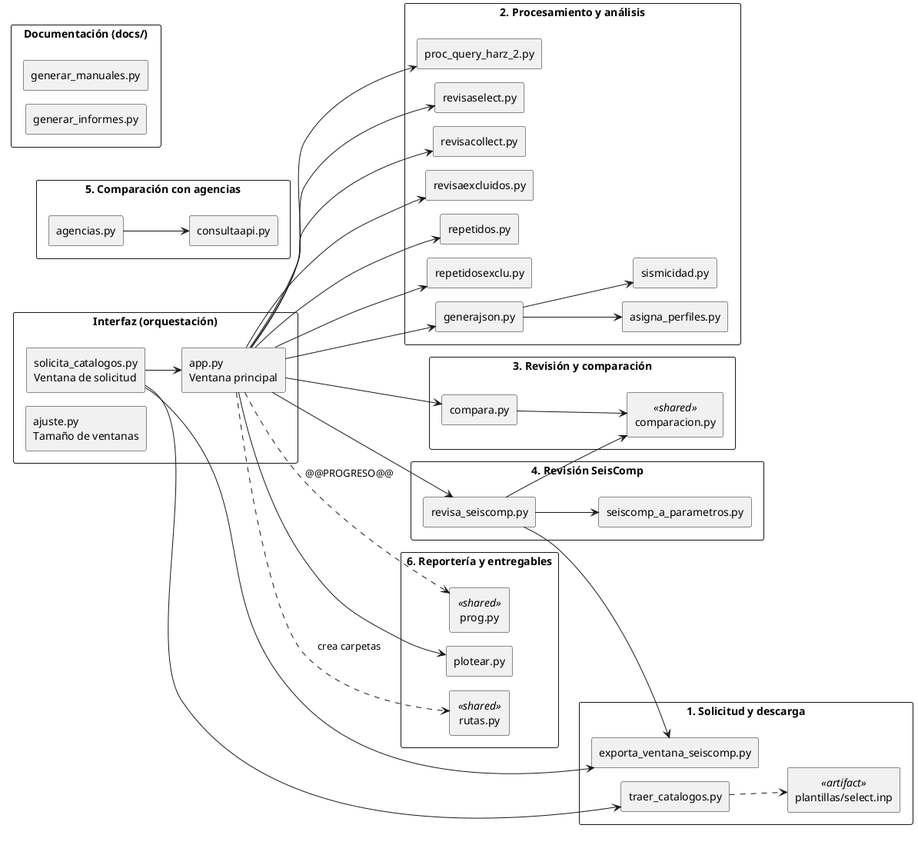
This is docs/proyecto/img/02_vista_logica.png from HARZUNAB/revisacatalogos, a PlantUML export, as it was before one commit. Its diagram source:
```plantuml
@startuml 02_vista_logica
skinparam componentStyle rectangle
skinparam shadowing false
skinparam defaultFontName SansSerif
skinparam packageStyle rectangle
left to right direction

package "Interfaz (orquestación)" {
  component "app.py\nVentana principal" as APP
  component "solicita_catalogos.py\nVentana de solicitud" as SOL
  component "ajuste.py\nTamaño de ventanas" as AJU
}

package "1. Solicitud y descarga" {
  component "traer_catalogos.py" as TRA
  component "exporta_ventana_seiscomp.py" as EXP
  component "plantillas/select.inp" as PLANT <<artifact>>
}

package "2. Procesamiento y análisis" {
  component "proc_query_harz_2.py" as PQ
  component "revisaselect.py" as RS
  component "revisacollect.py" as RC
  component "revisaexcluidos.py" as RE
  component "repetidos.py" as REP
  component "repetidosexclu.py" as REPE
  component "generajson.py" as GJ
  component "asigna_perfiles.py" as AP
  component "sismicidad.py" as SIS
}

package "3. Revisión y comparación" {
  component "compara.py" as COM
  component "comparacion.py" as COMP <<shared>>
}

package "4. Revisión SeisComp" {
  component "revisa_seiscomp.py" as RSC
  component "seiscomp_a_parametros.py" as SCP
}

package "5. Comparación con agencias" {
  component "agencias.py" as AG
  component "consultaapi.py" as API
}

package "6. Reportería y entregables" {
  component "plotear.py" as PLOT
  component "rutas.py" as RUT <<shared>>
  component "prog.py" as PROG <<shared>>
}

package "Documentación (docs/)" {
  component "generar_manuales.py" as GM
  component "generar_informes.py" as GI
}

SOL --> TRA
SOL --> EXP
SOL --> APP
APP --> PQ
APP --> RS
APP --> RC
APP --> COM
APP --> RE
APP --> REP
APP --> REPE
APP --> GJ
APP --> RSC
APP --> PLOT
APP ..> RUT : crea carpetas
APP ..> PROG : @@PROGRESO@@
GJ --> AP
GJ --> SIS
COM --> COMP
RSC --> COMP
RSC --> EXP
RSC --> SCP
AG --> API
TRA ..> PLANT
@enduml
```
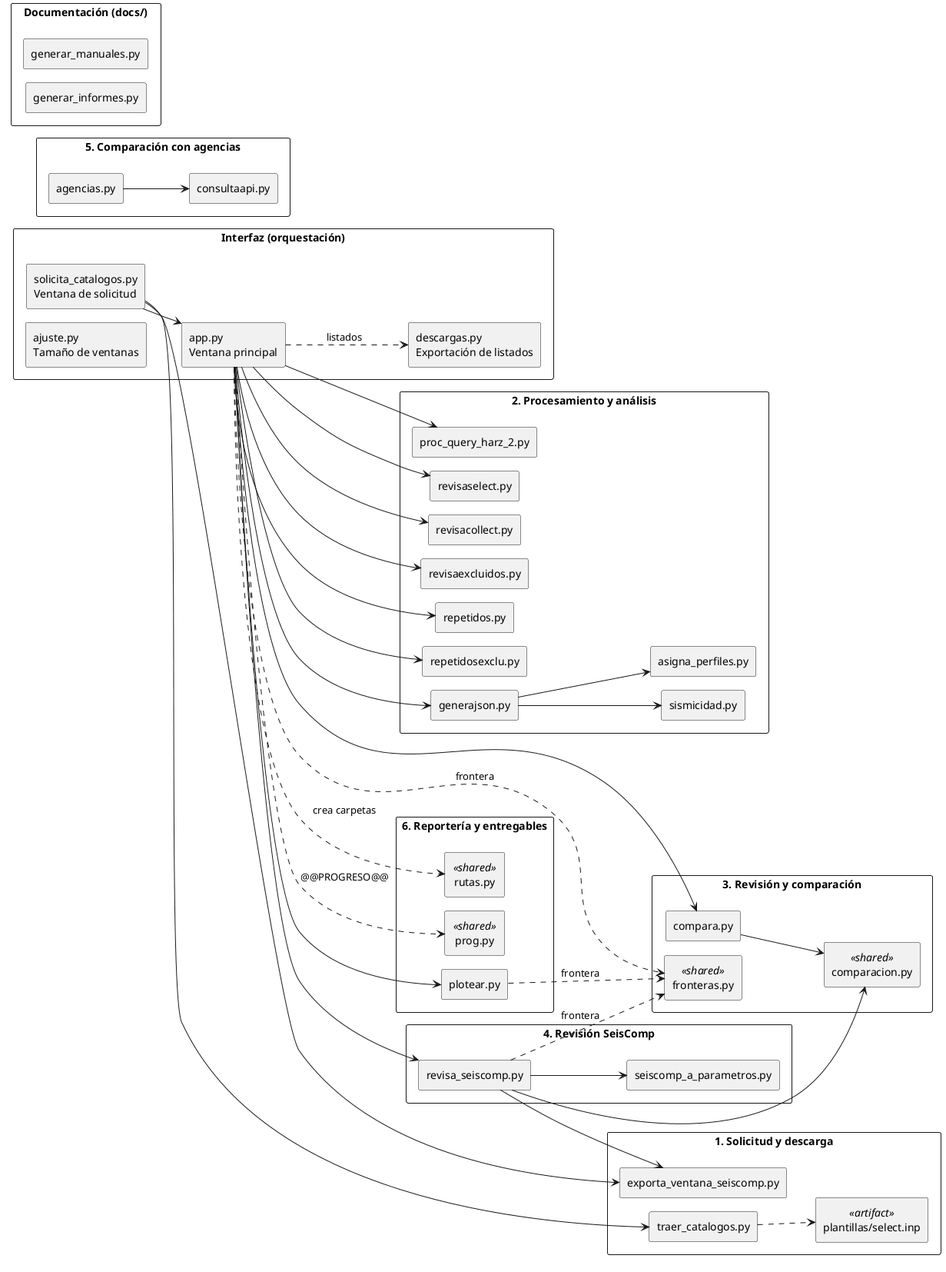
After the change.

Diff of the diagram source:
```diff
@@ -9,6 +9,7 @@
   component "app.py\nVentana principal" as APP
   component "solicita_catalogos.py\nVentana de solicitud" as SOL
   component "ajuste.py\nTamaño de ventanas" as AJU
+  component "descargas.py\nExportación de listados" as DESC
 }
 
 package "1. Solicitud y descarga" {
@@ -32,6 +33,7 @@
 package "3. Revisión y comparación" {
   component "compara.py" as COM
   component "comparacion.py" as COMP <<shared>>
+  component "fronteras.py" as FRO <<shared>>
 }
 
 package "4. Revisión SeisComp" {
@@ -70,6 +72,10 @@
 APP --> PLOT
 APP ..> RUT : crea carpetas
 APP ..> PROG : @@PROGRESO@@
+APP ..> DESC : listados
+APP ..> FRO : frontera
+RSC ..> FRO : frontera
+PLOT ..> FRO : frontera
 GJ --> AP
 GJ --> SIS
 COM --> COMP
```
